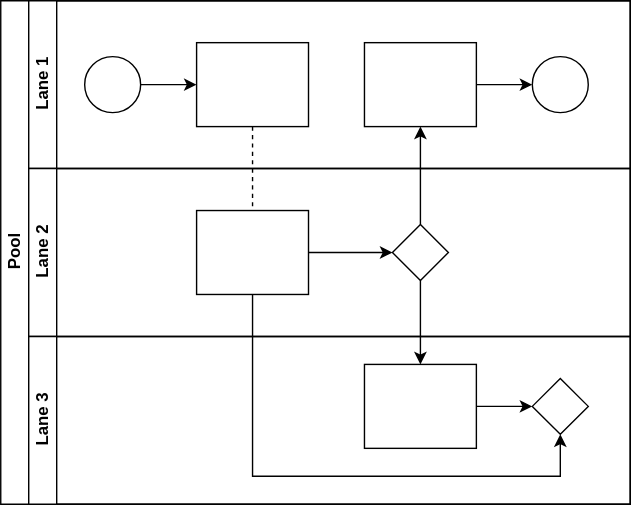
Before: Metodologies/Methodology-Univigo.svg, a diagram exported from draw.io (fabbiocrux/Figures). Source tidied: cells renumbered, new cells last; positions are measured from the earlier drawing's top-left corner, leaving out a move shared by most shapes.
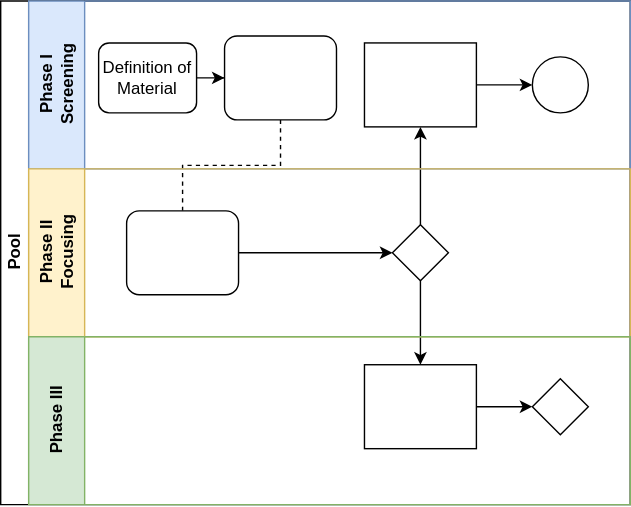
The same diagram one commit later.

What changed in the source:
```diff
@@ -14,25 +14,17 @@
     <mxCell id="5" style="edgeStyle=orthogonalEdgeStyle;rounded=0;jettySize=auto;html=1;endArrow=classic;endFill=1;" parent="2" edge="1" source="17" target="20">
       <mxGeometry relative="1" as="geometry" />
     </mxCell>
-    <mxCell id="6" style="edgeStyle=orthogonalEdgeStyle;rounded=0;jettySize=auto;html=1;endArrow=classic;endFill=1;" parent="2" edge="1" source="16" target="21">
-      <mxGeometry relative="1" as="geometry">
-        <Array as="points">
-          <mxPoint x="180" y="340" />
-          <mxPoint x="400" y="340" />
-        </Array>
-      </mxGeometry>
-    </mxCell>
-    <mxCell id="7" value="Lane 1" style="swimlane;html=1;startSize=20;horizontal=0;" parent="2" vertex="1">
+    <mxCell id="7" value="Phase I&lt;br&gt;Screening" style="swimlane;html=1;startSize=40;horizontal=0;fillColor=#dae8fc;strokeColor=#6c8ebf;" parent="2" vertex="1">
       <mxGeometry x="20" width="430" height="120" as="geometry" />
     </mxCell>
     <mxCell id="8" style="edgeStyle=orthogonalEdgeStyle;rounded=0;jettySize=auto;html=1;" parent="7" edge="1" source="9" target="10">
       <mxGeometry relative="1" as="geometry" />
     </mxCell>
-    <mxCell id="9" style="ellipse;whiteSpace=wrap;html=1;" parent="7" vertex="1">
-      <mxGeometry x="40" y="40" width="40" height="40" as="geometry" />
+    <mxCell id="9" value="Definition of Material" style="rounded=1;whiteSpace=wrap;html=1;" parent="7" vertex="1">
+      <mxGeometry x="50" y="30" width="70" height="50" as="geometry" />
     </mxCell>
-    <mxCell id="10" style="rounded=0;whiteSpace=wrap;html=1;fontFamily=Helvetica;fontSize=12;fontColor=#000000;align=center;" parent="7" vertex="1">
-      <mxGeometry x="120" y="30" width="80" height="60" as="geometry" />
+    <mxCell id="10" style="rounded=1;whiteSpace=wrap;html=1;fontFamily=Helvetica;fontSize=12;fontColor=#000000;align=center;" parent="7" vertex="1">
+      <mxGeometry x="140" y="25" width="80" height="60" as="geometry" />
     </mxCell>
     <mxCell id="11" style="edgeStyle=orthogonalEdgeStyle;rounded=0;jettySize=auto;html=1;endArrow=classic;endFill=1;" parent="7" edge="1" source="12" target="13">
       <mxGeometry relative="1" as="geometry" />
@@ -43,19 +35,19 @@
     <mxCell id="13" style="ellipse;whiteSpace=wrap;html=1;" parent="7" vertex="1">
       <mxGeometry x="360" y="40" width="40" height="40" as="geometry" />
     </mxCell>
-    <mxCell id="14" value="Lane 2" style="swimlane;html=1;startSize=20;horizontal=0;" parent="2" vertex="1">
+    <mxCell id="14" value="Phase II&lt;br&gt;Focusing" style="swimlane;html=1;startSize=40;horizontal=0;fillColor=#fff2cc;strokeColor=#d6b656;" parent="2" vertex="1">
       <mxGeometry x="20" y="120" width="430" height="120" as="geometry" />
     </mxCell>
     <mxCell id="15" style="edgeStyle=orthogonalEdgeStyle;rounded=0;jettySize=auto;html=1;endArrow=classic;endFill=1;" parent="14" edge="1" source="16" target="17">
       <mxGeometry relative="1" as="geometry" />
     </mxCell>
-    <mxCell id="16" style="rounded=0;whiteSpace=wrap;html=1;fontFamily=Helvetica;fontSize=12;fontColor=#000000;align=center;" parent="14" vertex="1">
-      <mxGeometry x="120" y="30" width="80" height="60" as="geometry" />
+    <mxCell id="16" style="rounded=1;whiteSpace=wrap;html=1;fontFamily=Helvetica;fontSize=12;fontColor=#000000;align=center;" parent="14" vertex="1">
+      <mxGeometry x="70" y="30" width="80" height="60" as="geometry" />
     </mxCell>
     <mxCell id="17" style="rhombus;whiteSpace=wrap;html=1;fontFamily=Helvetica;fontSize=12;fontColor=#000000;align=center;" parent="14" vertex="1">
       <mxGeometry x="260" y="40" width="40" height="40" as="geometry" />
     </mxCell>
-    <mxCell id="18" value="Lane 3" style="swimlane;html=1;startSize=20;horizontal=0;" parent="2" vertex="1">
+    <mxCell id="18" value="Phase III" style="swimlane;html=1;startSize=40;horizontal=0;fillColor=#d5e8d4;strokeColor=#82b366;" parent="2" vertex="1">
       <mxGeometry x="20" y="240" width="430" height="120" as="geometry" />
     </mxCell>
     <mxCell id="19" style="edgeStyle=orthogonalEdgeStyle;rounded=0;jettySize=auto;html=1;endArrow=classic;endFill=1;" parent="18" edge="1" source="20" target="21">
```
